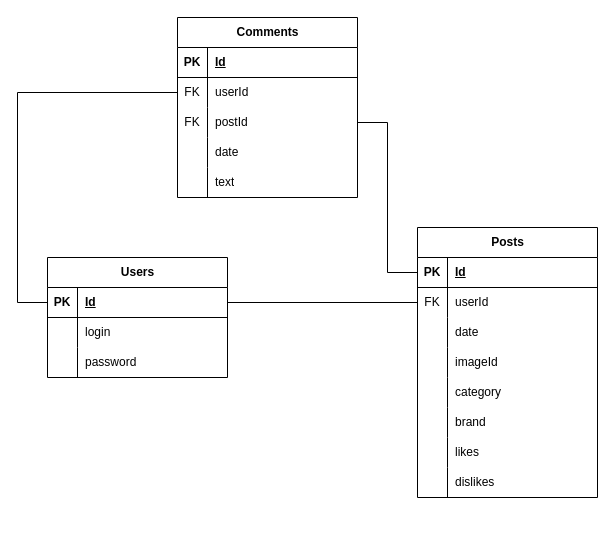
Earlier version of the draw.io diagram assets/db.drawio (ell1jah/bmstu_web). Source tidied: cells renumbered, new cells numbered last; positions are measured from the earlier drawing's top-left corner, leaving out a move shared by most shapes. Both pictures are drawn from the tidied source at 100%, with x=0, y=0 at pixel (17, 17).
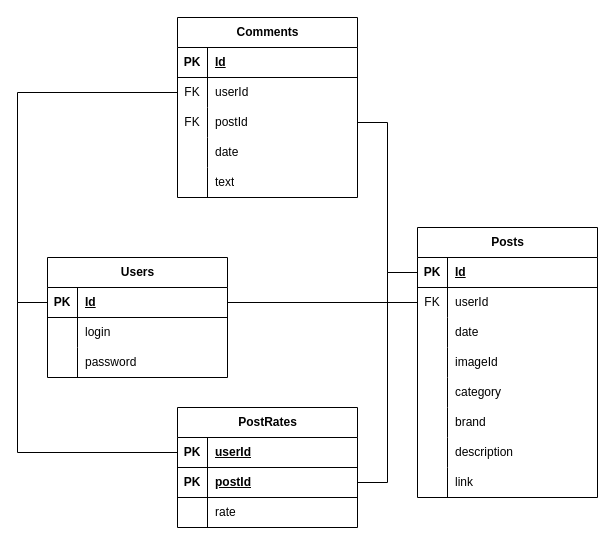
Above is the later version.

The change refers to these unchanged cells:
```xml
<mxCell id="3" style="shape=tableRow;horizontal=0;startSize=0;swimlaneHead=0;swimlaneBody=0;fillColor=none;points=[[0,0.5],[1,0.5]];portConstraint=eastwest;top=0;left=0;right=0;bottom=1;" parent="2" vertex="1">
  <mxGeometry y="30" width="180" height="30" as="geometry" />
</mxCell>
<mxCell id="15" style="shape=tableRow;horizontal=0;startSize=0;swimlaneHead=0;swimlaneBody=0;fillColor=none;points=[[0,0.5],[1,0.5]];portConstraint=eastwest;top=0;left=0;right=0;bottom=1;" parent="14" vertex="1">
  <mxGeometry y="30" width="180" height="30" as="geometry" />
</mxCell>
<mxCell id="33" style="shape=tableRow;horizontal=0;startSize=0;swimlaneHead=0;swimlaneBody=0;fillColor=none;top=0;left=0;right=0;bottom=0;" parent="14" vertex="1">
  <mxGeometry y="210" width="180" height="30" as="geometry" />
</mxCell>
<mxCell id="36" style="shape=tableRow;horizontal=0;startSize=0;swimlaneHead=0;swimlaneBody=0;fillColor=none;top=0;left=0;right=0;bottom=0;" parent="14" vertex="1">
  <mxGeometry y="240" width="180" height="30" as="geometry" />
</mxCell>
```

Diff of the diagram source:
```diff
@@
-    <mxCell id="35" value="likes" style="shape=partialRectangle;fillColor=none;top=0;left=0;bottom=0;right=0;align=left;spacingLeft=6;overflow=hidden;whiteSpace=wrap;html=1;" parent="33" vertex="1">
+    <mxCell id="35" value="description" style="shape=partialRectangle;fillColor=none;top=0;left=0;bottom=0;right=0;align=left;spacingLeft=6;overflow=hidden;whiteSpace=wrap;html=1;" parent="33" vertex="1">
       <mxGeometry x="30" width="150" height="30" as="geometry" />
     </mxCell>
@@
-    <mxCell id="38" value="dislikes" style="shape=partialRectangle;fillColor=none;top=0;left=0;bottom=0;right=0;align=left;spacingLeft=6;overflow=hidden;whiteSpace=wrap;html=1;" parent="36" vertex="1">
+    <mxCell id="38" value="link" style="shape=partialRectangle;fillColor=none;top=0;left=0;bottom=0;right=0;align=left;spacingLeft=6;overflow=hidden;whiteSpace=wrap;html=1;" parent="36" vertex="1">
       <mxGeometry x="30" width="150" height="30" as="geometry" />
     </mxCell>
@@
+    <mxCell id="58" value="PostRates" style="shape=table;startSize=30;childLayout=tableLayout;rowLines=0;fontStyle=1;align=center;html=1;" parent="1" vertex="1">
+      <mxGeometry x="160" y="390" width="180" height="120" as="geometry" />
+    </mxCell>
+    <mxCell id="59" style="shape=tableRow;horizontal=0;startSize=0;swimlaneHead=0;swimlaneBody=0;fillColor=none;points=[[0,0.5],[1,0.5]];portConstraint=eastwest;top=0;left=0;right=0;bottom=1;" parent="58" vertex="1">
+      <mxGeometry y="30" width="180" height="30" as="geometry" />
+    </mxCell>
+    <mxCell id="60" value="PK" style="shape=partialRectangle;fillColor=none;top=0;left=0;bottom=0;right=0;fontStyle=1;overflow=hidden;whiteSpace=wrap;html=1;" parent="59" vertex="1">
+      <mxGeometry width="30" height="30" as="geometry" />
+    </mxCell>
+    <mxCell id="61" value="userId" style="shape=partialRectangle;fillColor=none;top=0;left=0;bottom=0;right=0;align=left;spacingLeft=6;fontStyle=5;overflow=hidden;whiteSpace=wrap;html=1;" parent="59" vertex="1">
+      <mxGeometry x="30" width="150" height="30" as="geometry" />
+    </mxCell>
+    <mxCell id="62" style="shape=tableRow;horizontal=0;startSize=0;swimlaneHead=0;swimlaneBody=0;fillColor=none;points=[[0,0.5],[1,0.5]];portConstraint=eastwest;top=0;left=0;right=0;bottom=1;" parent="58" vertex="1">
+      <mxGeometry y="60" width="180" height="30" as="geometry" />
+    </mxCell>
+    <mxCell id="63" value="PK" style="shape=partialRectangle;fillColor=none;top=0;left=0;bottom=0;right=0;fontStyle=1;overflow=hidden;whiteSpace=wrap;html=1;" parent="62" vertex="1">
+      <mxGeometry width="30" height="30" as="geometry" />
+    </mxCell>
+    <mxCell id="64" value="postId" style="shape=partialRectangle;fillColor=none;top=0;left=0;bottom=0;right=0;align=left;spacingLeft=6;fontStyle=5;overflow=hidden;whiteSpace=wrap;html=1;" parent="62" vertex="1">
+      <mxGeometry x="30" width="150" height="30" as="geometry" />
+    </mxCell>
+    <mxCell id="65" style="shape=tableRow;horizontal=0;startSize=0;swimlaneHead=0;swimlaneBody=0;fillColor=none;top=0;left=0;right=0;bottom=0;" parent="58" vertex="1">
+      <mxGeometry y="90" width="180" height="30" as="geometry" />
+    </mxCell>
+    <mxCell id="66" style="shape=partialRectangle;fillColor=none;top=0;left=0;bottom=0;right=0;overflow=hidden;whiteSpace=wrap;html=1;" parent="65" vertex="1">
+      <mxGeometry width="30" height="30" as="geometry" />
+    </mxCell>
+    <mxCell id="67" value="rate" style="shape=partialRectangle;fillColor=none;top=0;left=0;bottom=0;right=0;align=left;spacingLeft=6;overflow=hidden;whiteSpace=wrap;html=1;" parent="65" vertex="1">
+      <mxGeometry x="30" width="150" height="30" as="geometry" />
+    </mxCell>
+    <mxCell id="68" style="edgeStyle=none;html=1;exitX=0;exitY=0.5;exitDx=0;exitDy=0;entryX=0;entryY=0.5;entryDx=0;entryDy=0;endArrow=none;endFill=0;rounded=0;" parent="1" edge="1" source="59" target="3">
+      <mxGeometry relative="1" as="geometry">
+        <Array as="points">
+          <mxPoint y="435" />
+          <mxPoint y="285" />
+        </Array>
+      </mxGeometry>
+    </mxCell>
+    <mxCell id="69" style="edgeStyle=none;rounded=0;html=1;exitX=1;exitY=0.5;exitDx=0;exitDy=0;entryX=0;entryY=0.5;entryDx=0;entryDy=0;endArrow=none;endFill=0;" parent="1" edge="1" source="62" target="15">
+      <mxGeometry relative="1" as="geometry">
+        <Array as="points">
+          <mxPoint x="370" y="465" />
+          <mxPoint x="370" y="255" />
+        </Array>
+      </mxGeometry>
+    </mxCell>
```
